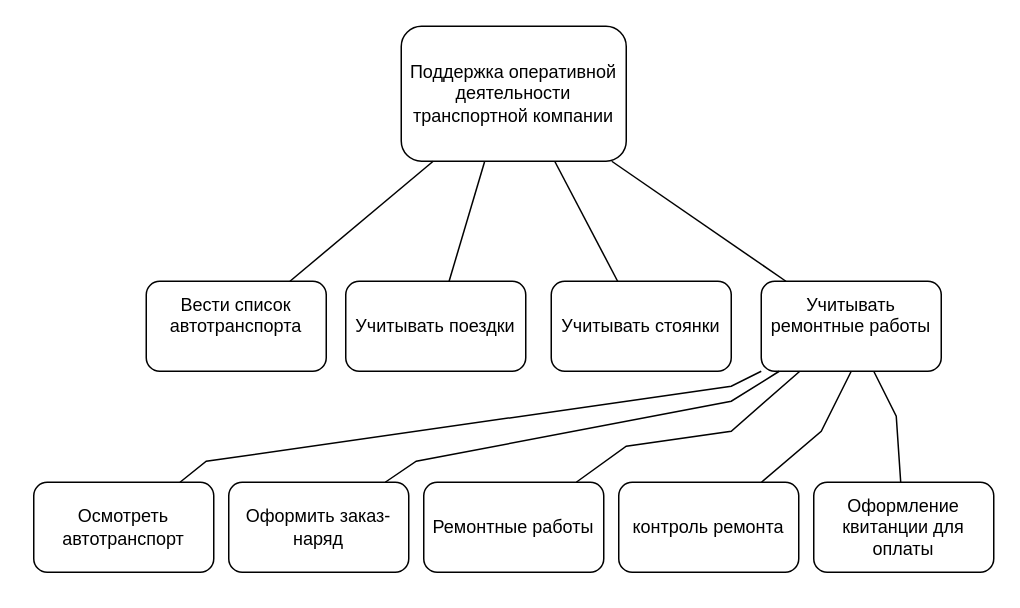
This is МБП4.drawio from CyM4aTblu/Draw.io_Dump, a draw.io file, before an edit. Source tidied: cells renumbered, new cells numbered last; positions are measured from the earlier drawing's top-left corner, leaving out a move shared by most shapes. Both pictures are drawn from the tidied source at 150%, with x=0, y=0 at pixel (33, 26).
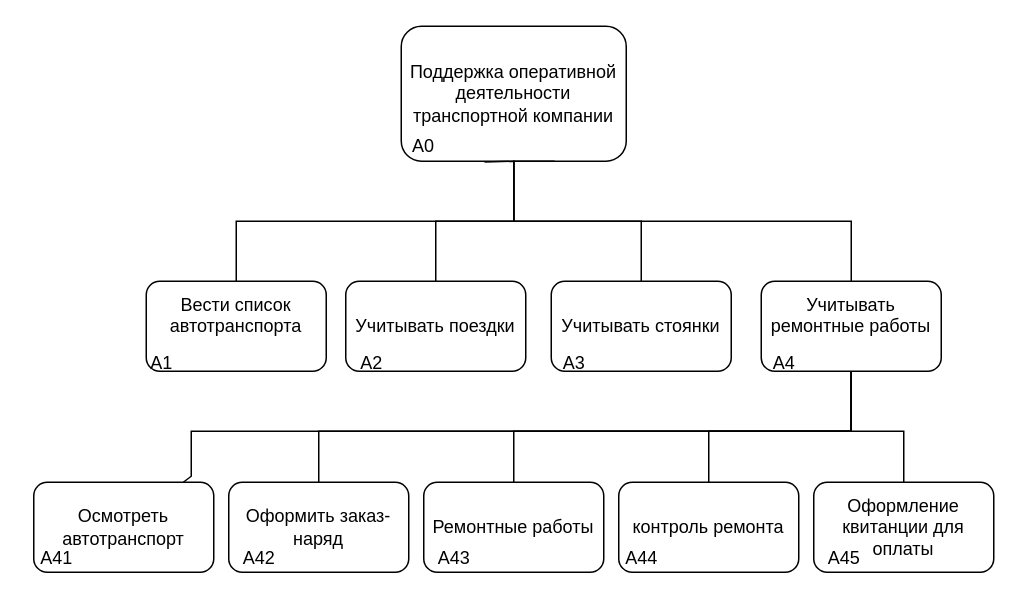
After the change.

Unchanged cells that the change refers to:
```xml
<mxCell id="2" value="Поддержка оперативной деятельности транспортной компании" style="rounded=1;whiteSpace=wrap;html=1;" parent="1" vertex="1">
  <mxGeometry x="245" width="150" height="90" as="geometry" />
</mxCell>
<mxCell id="3" value="&lt;div&gt;Вести список автотранспорта&lt;/div&gt;&lt;div&gt;&lt;br&gt;&lt;/div&gt;" style="rounded=1;whiteSpace=wrap;html=1;" parent="1" vertex="1">
  <mxGeometry x="75" y="170" width="120" height="60" as="geometry" />
</mxCell>
<mxCell id="4" value="&lt;div&gt;&lt;div&gt;Учитывать поездки&lt;/div&gt;&lt;/div&gt;" style="rounded=1;whiteSpace=wrap;html=1;" parent="1" vertex="1">
  <mxGeometry x="208" y="170" width="120" height="60" as="geometry" />
</mxCell>
<mxCell id="5" value="&lt;div&gt;Учитывать стоянки&lt;/div&gt;" style="rounded=1;whiteSpace=wrap;html=1;" parent="1" vertex="1">
  <mxGeometry x="345" y="170" width="120" height="60" as="geometry" />
</mxCell>
<mxCell id="6" value="&lt;div&gt;Учитывать ремонтные работы&lt;/div&gt;&lt;div&gt;&lt;br&gt;&lt;/div&gt;" style="rounded=1;whiteSpace=wrap;html=1;" parent="1" vertex="1">
  <mxGeometry x="485" y="170" width="120" height="60" as="geometry" />
</mxCell>
<mxCell id="11" value="&lt;div&gt;Осмотреть автотранспорт&lt;/div&gt;" style="rounded=1;whiteSpace=wrap;html=1;" parent="1" vertex="1">
  <mxGeometry y="304" width="120" height="60" as="geometry" />
</mxCell>
<mxCell id="12" value="&lt;div&gt;контроль ремонта&lt;/div&gt;" style="rounded=1;whiteSpace=wrap;html=1;" parent="1" vertex="1">
  <mxGeometry x="390" y="304" width="120" height="60" as="geometry" />
</mxCell>
<mxCell id="13" value="&lt;div&gt;Оформить заказ-наряд&lt;/div&gt;" style="rounded=1;whiteSpace=wrap;html=1;" parent="1" vertex="1">
  <mxGeometry x="130" y="304" width="120" height="60" as="geometry" />
</mxCell>
<mxCell id="14" value="&lt;div&gt;Ремонтные работы&lt;/div&gt;" style="rounded=1;whiteSpace=wrap;html=1;" parent="1" vertex="1">
  <mxGeometry x="260" y="304" width="120" height="60" as="geometry" />
</mxCell>
<mxCell id="15" value="&lt;div&gt;Оформление квитанции для оплаты&lt;/div&gt;" style="rounded=1;whiteSpace=wrap;html=1;" parent="1" vertex="1">
  <mxGeometry x="520" y="304" width="120" height="60" as="geometry" />
</mxCell>
```

The edit, as a diff of the source:
```diff
@@
     <mxCell id="7" style="endArrow=none;html=1;rounded=0;exitX=0.37;exitY=1.005;exitDx=0;exitDy=0;exitPerimeter=0;" parent="1" edge="1" source="2" target="4">
-      <mxGeometry relative="1" as="geometry" />
+      <mxGeometry relative="1" as="geometry">
+        <Array as="points">
+          <mxPoint x="320" y="90" />
+          <mxPoint x="320" y="130" />
+          <mxPoint x="268" y="130" />
+        </Array>
+      </mxGeometry>
     </mxCell>
     <mxCell id="8" style="endArrow=none;html=1;rounded=0;entryX=0.682;entryY=1;entryDx=0;entryDy=0;entryPerimeter=0;" parent="1" edge="1" source="5" target="2">
-      <mxGeometry relative="1" as="geometry" />
+      <mxGeometry relative="1" as="geometry">
+        <Array as="points">
+          <mxPoint x="405" y="130" />
+          <mxPoint x="320" y="130" />
+          <mxPoint x="320" y="90" />
+        </Array>
+      </mxGeometry>
     </mxCell>
     <mxCell id="9" style="endArrow=none;html=1;rounded=0;" parent="1" edge="1" source="2" target="6">
-      <mxGeometry relative="1" as="geometry" />
+      <mxGeometry relative="1" as="geometry">
+        <Array as="points">
+          <mxPoint x="320" y="130" />
+          <mxPoint x="545" y="130" />
+        </Array>
+      </mxGeometry>
     </mxCell>
     <mxCell id="10" style="endArrow=none;html=1;rounded=0;" parent="1" edge="1" source="3" target="2">
-      <mxGeometry relative="1" as="geometry" />
+      <mxGeometry relative="1" as="geometry">
+        <Array as="points">
+          <mxPoint x="135" y="130" />
+          <mxPoint x="320" y="130" />
+        </Array>
+      </mxGeometry>
     </mxCell>
@@
     <mxCell id="16" style="endArrow=none;html=1;rounded=0;" parent="1" edge="1" source="15" target="6">
       <mxGeometry relative="1" as="geometry">
         <Array as="points">
-          <mxPoint x="575" y="260" />
+          <mxPoint x="580" y="270" />
+          <mxPoint x="545" y="270" />
         </Array>
       </mxGeometry>
     </mxCell>
     <mxCell id="17" style="endArrow=none;html=1;rounded=0;" parent="1" edge="1" source="14" target="6">
       <mxGeometry relative="1" as="geometry">
         <Array as="points">
-          <mxPoint x="395" y="280" />
-          <mxPoint x="465" y="270" />
+          <mxPoint x="320" y="270" />
+          <mxPoint x="545" y="270" />
         </Array>
       </mxGeometry>
     </mxCell>
     <mxCell id="18" style="endArrow=none;html=1;rounded=0;exitX=0.5;exitY=1;exitDx=0;exitDy=0;" parent="1" edge="1" source="6" target="12">
       <mxGeometry relative="1" as="geometry">
         <Array as="points">
-          <mxPoint x="525" y="270" />
+          <mxPoint x="545" y="270" />
+          <mxPoint x="450" y="270" />
         </Array>
       </mxGeometry>
     </mxCell>
     <mxCell id="19" style="endArrow=none;html=1;rounded=0;" parent="1" edge="1" source="13" target="6">
       <mxGeometry relative="1" as="geometry">
         <Array as="points">
-          <mxPoint x="255" y="290" />
-          <mxPoint x="465" y="250" />
+          <mxPoint x="190" y="270" />
+          <mxPoint x="545" y="270" />
         </Array>
       </mxGeometry>
     </mxCell>
     <mxCell id="20" style="endArrow=none;html=1;rounded=0;" parent="1" edge="1" source="11" target="6">
       <mxGeometry relative="1" as="geometry">
         <Array as="points">
-          <mxPoint x="115" y="290" />
-          <mxPoint x="465" y="240" />
+          <mxPoint x="105" y="300" />
+          <mxPoint x="105" y="270" />
+          <mxPoint x="545" y="270" />
         </Array>
       </mxGeometry>
     </mxCell>
+    <mxCell id="21" value="A0" style="text;html=1;strokeColor=none;fillColor=none;align=center;verticalAlign=middle;whiteSpace=wrap;rounded=0;" parent="1" vertex="1">
+      <mxGeometry x="235" y="70" width="50" height="20" as="geometry" />
+    </mxCell>
+    <mxCell id="22" value="A1" style="text;html=1;align=center;verticalAlign=middle;strokeColor=none;fillColor=none;" parent="1" vertex="1">
+      <mxGeometry x="65" y="210" width="40" height="30" as="geometry" />
+    </mxCell>
+    <mxCell id="23" value="A2" style="text;html=1;align=center;verticalAlign=middle;strokeColor=none;fillColor=none;" parent="1" vertex="1">
+      <mxGeometry x="205" y="210" width="40" height="30" as="geometry" />
+    </mxCell>
+    <mxCell id="24" value="A3" style="text;html=1;align=center;verticalAlign=middle;strokeColor=none;fillColor=none;" parent="1" vertex="1">
+      <mxGeometry x="340" y="210" width="40" height="30" as="geometry" />
+    </mxCell>
+    <mxCell id="25" value="A4" style="text;html=1;align=center;verticalAlign=middle;strokeColor=none;fillColor=none;" parent="1" vertex="1">
+      <mxGeometry x="480" y="210" width="40" height="30" as="geometry" />
+    </mxCell>
+    <mxCell id="26" value="A41" style="text;html=1;align=center;verticalAlign=middle;strokeColor=none;fillColor=none;" parent="1" vertex="1">
+      <mxGeometry x="-5" y="340" width="40" height="30" as="geometry" />
+    </mxCell>
+    <mxCell id="27" value="A42" style="text;html=1;align=center;verticalAlign=middle;strokeColor=none;fillColor=none;" parent="1" vertex="1">
+      <mxGeometry x="130" y="340" width="40" height="30" as="geometry" />
+    </mxCell>
+    <mxCell id="28" value="A43" style="text;html=1;align=center;verticalAlign=middle;strokeColor=none;fillColor=none;" parent="1" vertex="1">
+      <mxGeometry x="260" y="340" width="40" height="30" as="geometry" />
+    </mxCell>
+    <mxCell id="29" value="A44" style="text;html=1;align=center;verticalAlign=middle;strokeColor=none;fillColor=none;" parent="1" vertex="1">
+      <mxGeometry x="385" y="340" width="40" height="30" as="geometry" />
+    </mxCell>
+    <mxCell id="30" value="A45" style="text;html=1;align=center;verticalAlign=middle;strokeColor=none;fillColor=none;" parent="1" vertex="1">
+      <mxGeometry x="520" y="340" width="40" height="30" as="geometry" />
+    </mxCell>
```
